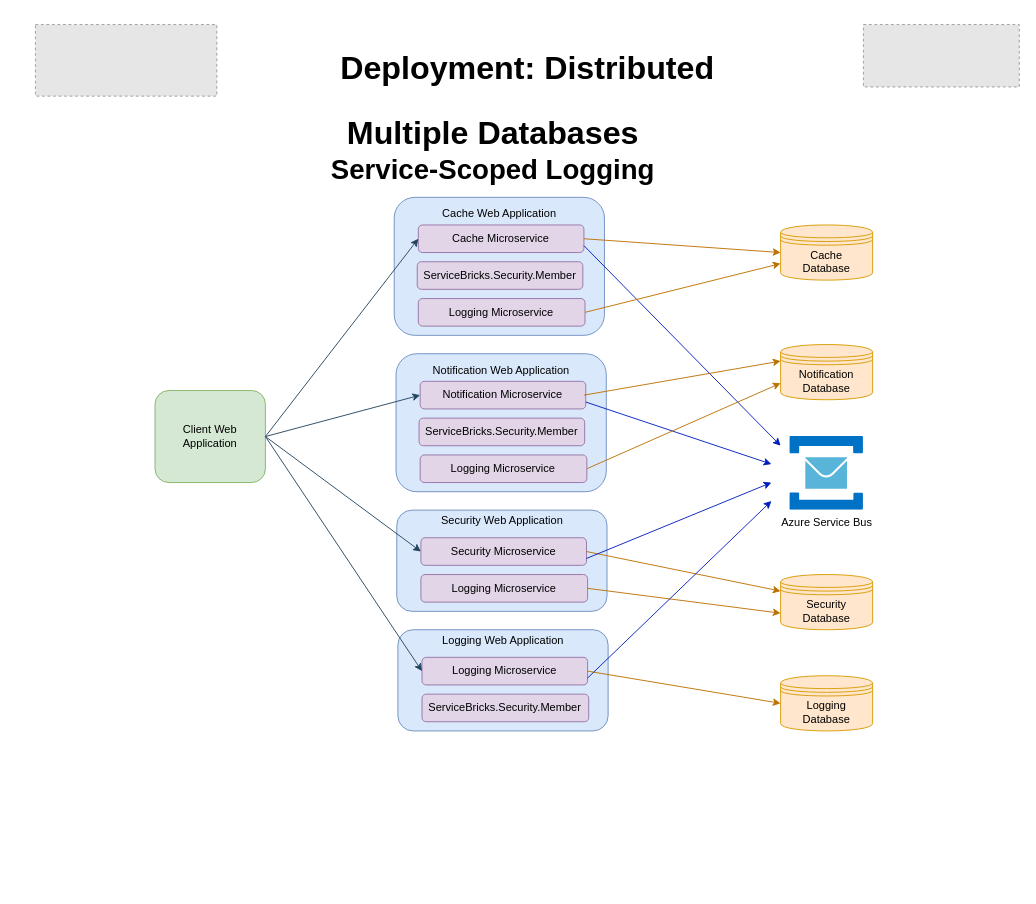
This is page "DistributedMultiple" (4 of 5) of Examples.drawio from holomodular/ServiceBricks-Examples, a draw.io file, before an edit. Source tidied: cells renumbered, new cells numbered last; positions are measured from the earlier drawing's top-left corner, leaving out a move shared by most shapes. Both pictures are drawn from the tidied source at 92%, with x=0, y=0 at pixel (35, 24). Pictures stored in the file or linked from it are replaced by grey dashed boxes.
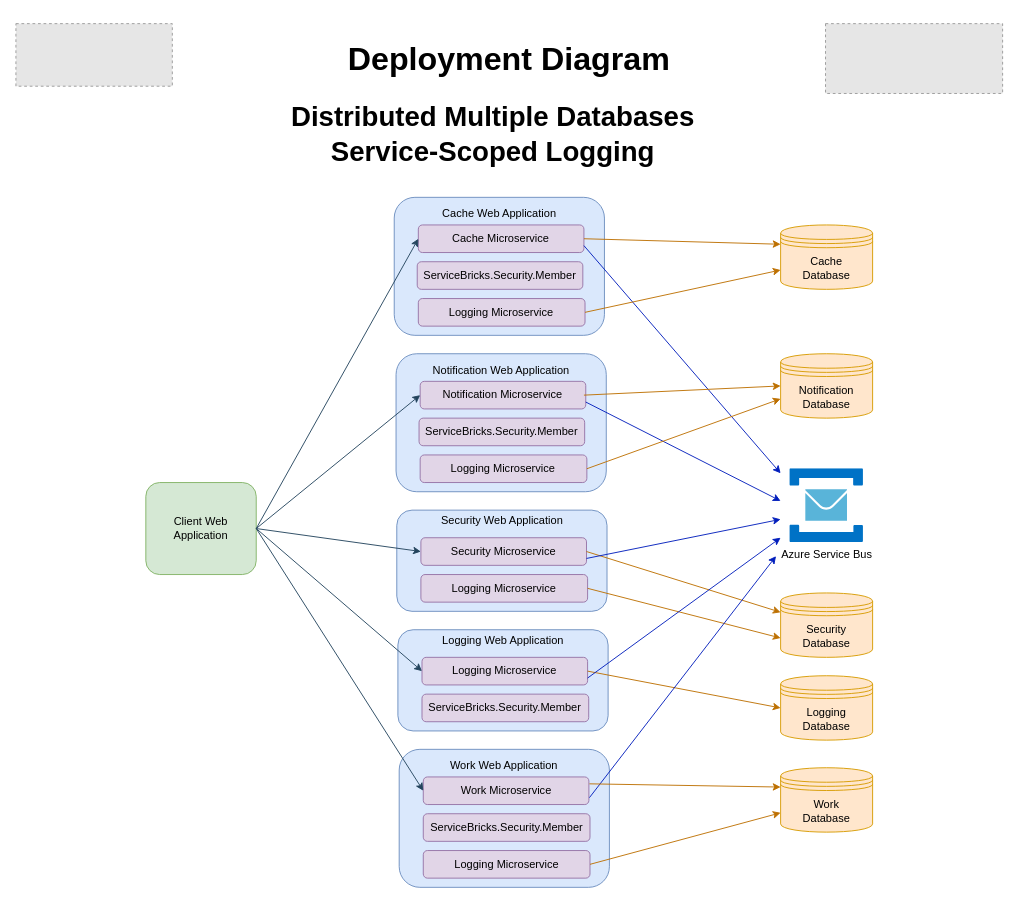
The same page after the edit.

Unchanged cells that the change refers to:
```xml
<mxCell id="7" value="Cache Microservice" style="rounded=1;whiteSpace=wrap;html=1;fillColor=#e1d5e7;strokeColor=#9673a6;" parent="1" vertex="1">
  <mxGeometry x="416.2" y="218" width="180" height="30" as="geometry" />
</mxCell>
<mxCell id="17" value="Notification Microservice" style="rounded=1;whiteSpace=wrap;html=1;fillColor=#e1d5e7;strokeColor=#9673a6;" parent="1" vertex="1">
  <mxGeometry x="418.2" y="388" width="180" height="30" as="geometry" />
</mxCell>
<mxCell id="24" value="Security Microservice" style="rounded=1;whiteSpace=wrap;html=1;fillColor=#e1d5e7;strokeColor=#9673a6;" parent="1" vertex="1">
  <mxGeometry x="419" y="558" width="180" height="30" as="geometry" />
</mxCell>
```

Diff of the diagram source:
```diff
@@
-    <mxCell id="2" style="fillColor=#E6E6E6;strokeColor=#999999;dashed=1;verticalLabelPosition=bottom;labelBackgroundColor=default;verticalAlign=top;" parent="1" vertex="1">
-      <mxGeometry x="900" y="0.2" width="169.4" height="67.8" as="geometry" />
-    </mxCell>
-    <mxCell id="3" style="fillColor=#E6E6E6;strokeColor=#999999;dashed=1;verticalLabelPosition=bottom;labelBackgroundColor=default;verticalAlign=top;" parent="1" vertex="1">
-      <mxGeometry y="0.2" width="197.2" height="77.8" as="geometry" />
-    </mxCell>
-    <mxCell id="4" value="Deployment:&amp;nbsp;&lt;span style=&quot;background-color: initial;&quot;&gt;Distributed&lt;/span&gt;" style="text;html=1;align=center;verticalAlign=middle;whiteSpace=wrap;rounded=0;fontStyle=1;fontSize=35;" parent="1" vertex="1">
-      <mxGeometry x="250" y="0.2" width="570" height="93.9" as="geometry" />
+    <mxCell id="4" value="Deployment Diagram" style="text;html=1;align=center;verticalAlign=middle;whiteSpace=wrap;rounded=0;fontStyle=1;fontSize=35;" parent="1" vertex="1">
+      <mxGeometry x="230" y="-9.8" width="570" height="93.9" as="geometry" />
     </mxCell>
+    <mxCell id="14" value="&lt;span style=&quot;font-size: 30px;&quot;&gt;Distributed Multiple Databases&lt;/span&gt;" style="text;html=1;align=center;verticalAlign=middle;whiteSpace=wrap;rounded=0;fontStyle=1;fontSize=35;" parent="1" vertex="1">
+      <mxGeometry x="230" y="78" width="535" height="40" as="geometry" />
+    </mxCell>
+    <mxCell id="40" value="Service-Scoped Logging" style="text;html=1;align=center;verticalAlign=middle;whiteSpace=wrap;rounded=0;fontStyle=1;fontSize=30;" parent="1" vertex="1">
+      <mxGeometry x="230" y="118" width="535" height="40" as="geometry" />
+    </mxCell>
     <mxCell id="5" value="Client Web Application" style="rounded=1;whiteSpace=wrap;html=1;fillColor=#d5e8d4;strokeColor=#82b366;" parent="1" vertex="1">
-      <mxGeometry x="130" y="398" width="120" height="100" as="geometry" />
+      <mxGeometry x="120" y="498" width="120" height="100" as="geometry" />
     </mxCell>
@@
+    <mxCell id="36" value="&lt;div&gt;Cache&lt;/div&gt;Database" style="shape=datastore;whiteSpace=wrap;html=1;fillColor=#ffe6cc;strokeColor=#d79b00;" parent="1" vertex="1">
+      <mxGeometry x="810" y="218" width="100" height="70" as="geometry" />
+    </mxCell>
@@
-    <mxCell id="9" style="endArrow=classic;html=1;rounded=0;exitX=1;exitY=0.5;exitDx=0;exitDy=0;entryX=0;entryY=0.5;entryDx=0;entryDy=0;fillColor=#f0a30a;strokeColor=#BD7000;" parent="1" edge="1" source="7" target="36">
+    <mxCell id="9" style="endArrow=classic;html=1;rounded=0;exitX=1;exitY=0.5;exitDx=0;exitDy=0;entryX=0;entryY=0.3;entryDx=0;entryDy=0;fillColor=#f0a30a;strokeColor=#BD7000;" parent="1" edge="1" source="7" target="36">
       <mxGeometry relative="1" as="geometry" />
     </mxCell>
-    <mxCell id="10" style="endArrow=classic;html=1;rounded=0;fillColor=#0050ef;strokeColor=#001DBC;exitX=1;exitY=0.75;exitDx=0;exitDy=0;" parent="1" edge="1" source="7">
-      <mxGeometry relative="1" as="geometry">
-        <mxPoint x="810" y="458" as="targetPoint" />
-      </mxGeometry>
-    </mxCell>
+    <mxCell id="42" style="endArrow=classic;html=1;rounded=0;fillColor=#0050ef;strokeColor=#001DBC;exitX=1;exitY=0.75;exitDx=0;exitDy=0;" parent="1" edge="1" source="7">
+      <mxGeometry relative="1" as="geometry">
+        <mxPoint x="810" y="488" as="targetPoint" />
+      </mxGeometry>
+    </mxCell>
     <mxCell id="11" value="Azure Service Bus" style="image;sketch=0;html=1;align=center;fontSize=12;image=img/lib/mscae/Service_Bus.svg;" parent="1" vertex="1">
-      <mxGeometry x="820" y="448" width="80" height="80" as="geometry" />
+      <mxGeometry x="820" y="483" width="80" height="80" as="geometry" />
     </mxCell>
-    <mxCell id="12" value="Logging Microservice" style="rounded=1;whiteSpace=wrap;html=1;fillColor=#e1d5e7;strokeColor=#9673a6;" parent="1" vertex="1">
-      <mxGeometry x="416.2" y="298" width="181.2" height="30" as="geometry" />
-    </mxCell>
-    <mxCell id="13" style="endArrow=classic;html=1;rounded=0;exitX=1;exitY=0.5;exitDx=0;exitDy=0;fillColor=#f0a30a;strokeColor=#BD7000;entryX=0;entryY=0.7;entryDx=0;entryDy=0;" parent="1" edge="1" source="12" target="36">
-      <mxGeometry relative="1" as="geometry" />
-    </mxCell>
-    <mxCell id="14" value="Multiple Databases" style="text;html=1;align=center;verticalAlign=middle;whiteSpace=wrap;rounded=0;fontStyle=1;fontSize=35;" parent="1" vertex="1">
-      <mxGeometry x="230" y="98" width="535" height="40" as="geometry" />
-    </mxCell>
-    <mxCell id="15" value="ServiceBricks.Security.Member" style="rounded=1;whiteSpace=wrap;html=1;fillColor=#e1d5e7;strokeColor=#9673a6;" parent="1" vertex="1">
-      <mxGeometry x="415" y="258" width="180" height="30" as="geometry" />
-    </mxCell>
+    <mxCell id="43" value="Logging Microservice" style="rounded=1;whiteSpace=wrap;html=1;fillColor=#e1d5e7;strokeColor=#9673a6;" parent="1" vertex="1">
+      <mxGeometry x="416.2" y="298" width="181.2" height="30" as="geometry" />
+    </mxCell>
+    <mxCell id="44" style="endArrow=classic;html=1;rounded=0;exitX=1;exitY=0.5;exitDx=0;exitDy=0;fillColor=#f0a30a;strokeColor=#BD7000;entryX=0;entryY=0.7;entryDx=0;entryDy=0;" parent="1" edge="1" source="43" target="36">
+      <mxGeometry relative="1" as="geometry" />
+    </mxCell>
+    <mxCell id="45" value="ServiceBricks.Security.Member" style="rounded=1;whiteSpace=wrap;html=1;fillColor=#e1d5e7;strokeColor=#9673a6;" parent="1" vertex="1">
+      <mxGeometry x="415" y="258" width="180" height="30" as="geometry" />
+    </mxCell>
@@
-    <mxCell id="18" value="Logging Microservice" style="rounded=1;whiteSpace=wrap;html=1;fillColor=#e1d5e7;strokeColor=#9673a6;" parent="1" vertex="1">
-      <mxGeometry x="418.2" y="468" width="181.2" height="30" as="geometry" />
-    </mxCell>
-    <mxCell id="19" value="ServiceBricks.Security.Member" style="rounded=1;whiteSpace=wrap;html=1;fillColor=#e1d5e7;strokeColor=#9673a6;" parent="1" vertex="1">
-      <mxGeometry x="417" y="428" width="180" height="30" as="geometry" />
-    </mxCell>
-    <mxCell id="20" style="endArrow=classic;html=1;rounded=0;exitX=1;exitY=0.5;exitDx=0;exitDy=0;fillColor=#f0a30a;strokeColor=#BD7000;entryX=0;entryY=0.3;entryDx=0;entryDy=0;" parent="1" edge="1" target="38">
-      <mxGeometry relative="1" as="geometry">
-        <mxPoint x="596.2" y="403" as="sourcePoint" />
-      </mxGeometry>
-    </mxCell>
-    <mxCell id="21" style="endArrow=classic;html=1;rounded=0;fillColor=#0050ef;strokeColor=#001DBC;exitX=1;exitY=0.75;exitDx=0;exitDy=0;" parent="1" edge="1" source="17">
-      <mxGeometry relative="1" as="geometry">
-        <mxPoint x="800" y="478" as="targetPoint" />
-      </mxGeometry>
-    </mxCell>
-    <mxCell id="22" style="endArrow=classic;html=1;rounded=0;exitX=1;exitY=0.5;exitDx=0;exitDy=0;entryX=0;entryY=0.7;entryDx=0;entryDy=0;fillColor=#f0a30a;strokeColor=#BD7000;" parent="1" edge="1" source="18" target="38">
-      <mxGeometry relative="1" as="geometry" />
-    </mxCell>
+    <mxCell id="46" value="Logging Microservice" style="rounded=1;whiteSpace=wrap;html=1;fillColor=#e1d5e7;strokeColor=#9673a6;" parent="1" vertex="1">
+      <mxGeometry x="418.2" y="468" width="181.2" height="30" as="geometry" />
+    </mxCell>
+    <mxCell id="47" value="ServiceBricks.Security.Member" style="rounded=1;whiteSpace=wrap;html=1;fillColor=#e1d5e7;strokeColor=#9673a6;" parent="1" vertex="1">
+      <mxGeometry x="417" y="428" width="180" height="30" as="geometry" />
+    </mxCell>
+    <mxCell id="48" style="endArrow=classic;html=1;rounded=0;exitX=1;exitY=0.5;exitDx=0;exitDy=0;fillColor=#f0a30a;strokeColor=#BD7000;entryX=0;entryY=0.5;entryDx=0;entryDy=0;" parent="1" edge="1" target="38">
+      <mxGeometry relative="1" as="geometry">
+        <mxPoint x="596.2" y="403" as="sourcePoint" />
+      </mxGeometry>
+    </mxCell>
+    <mxCell id="49" style="endArrow=classic;html=1;rounded=0;entryX=0;entryY=0.5;entryDx=0;entryDy=0;fillColor=#0050ef;strokeColor=#001DBC;exitX=1;exitY=0.75;exitDx=0;exitDy=0;" parent="1" edge="1" source="17">
+      <mxGeometry relative="1" as="geometry">
+        <mxPoint x="810" y="518" as="targetPoint" />
+      </mxGeometry>
+    </mxCell>
+    <mxCell id="50" style="endArrow=classic;html=1;rounded=0;exitX=1;exitY=0.5;exitDx=0;exitDy=0;entryX=0;entryY=0.7;entryDx=0;entryDy=0;fillColor=#f0a30a;strokeColor=#BD7000;" parent="1" edge="1" source="46" target="38">
+      <mxGeometry relative="1" as="geometry" />
+    </mxCell>
@@
-    <mxCell id="25" value="Logging Microservice" style="rounded=1;whiteSpace=wrap;html=1;fillColor=#e1d5e7;strokeColor=#9673a6;" parent="1" vertex="1">
-      <mxGeometry x="419" y="598" width="181.2" height="30" as="geometry" />
-    </mxCell>
+    <mxCell id="51" value="Logging Microservice" style="rounded=1;whiteSpace=wrap;html=1;fillColor=#e1d5e7;strokeColor=#9673a6;" parent="1" vertex="1">
+      <mxGeometry x="419" y="598" width="181.2" height="30" as="geometry" />
+    </mxCell>
@@
-    <mxCell id="27" style="endArrow=classic;html=1;rounded=0;exitX=1;exitY=0.75;exitDx=0;exitDy=0;fillColor=#0050ef;strokeColor=#001DBC;" parent="1" edge="1" source="24">
-      <mxGeometry relative="1" as="geometry">
-        <mxPoint x="800" y="498" as="targetPoint" />
-      </mxGeometry>
-    </mxCell>
-    <mxCell id="28" style="endArrow=classic;html=1;rounded=0;exitX=1;exitY=0.5;exitDx=0;exitDy=0;entryX=0;entryY=0.7;entryDx=0;entryDy=0;fillColor=#f0a30a;strokeColor=#BD7000;" parent="1" edge="1" source="25" target="39">
-      <mxGeometry relative="1" as="geometry" />
-    </mxCell>
+    <mxCell id="52" style="endArrow=classic;html=1;rounded=0;entryX=0;entryY=0.7;entryDx=0;entryDy=0;exitX=1;exitY=0.75;exitDx=0;exitDy=0;fillColor=#0050ef;strokeColor=#001DBC;" parent="1" edge="1" source="24">
+      <mxGeometry relative="1" as="geometry">
+        <mxPoint x="810" y="538" as="targetPoint" />
+      </mxGeometry>
+    </mxCell>
+    <mxCell id="53" style="endArrow=classic;html=1;rounded=0;exitX=1;exitY=0.5;exitDx=0;exitDy=0;entryX=0;entryY=0.7;entryDx=0;entryDy=0;fillColor=#f0a30a;strokeColor=#BD7000;" parent="1" edge="1" source="51" target="39">
+      <mxGeometry relative="1" as="geometry" />
+    </mxCell>
@@
-    <mxCell id="32" value="Logging Microservice" style="rounded=1;whiteSpace=wrap;html=1;fillColor=#e1d5e7;strokeColor=#9673a6;" parent="1" vertex="1">
-      <mxGeometry x="420.2" y="688" width="180" height="30" as="geometry" />
-    </mxCell>
-    <mxCell id="33" value="ServiceBricks.Security.Member" style="rounded=1;whiteSpace=wrap;html=1;fillColor=#e1d5e7;strokeColor=#9673a6;" parent="1" vertex="1">
-      <mxGeometry x="420.2" y="728" width="181.2" height="30" as="geometry" />
-    </mxCell>
-    <mxCell id="34" style="endArrow=classic;html=1;rounded=0;exitX=1;exitY=0.5;exitDx=0;exitDy=0;fillColor=#f0a30a;strokeColor=#BD7000;entryX=0;entryY=0.5;entryDx=0;entryDy=0;" parent="1" edge="1" source="32" target="37">
-      <mxGeometry relative="1" as="geometry" />
-    </mxCell>
-    <mxCell id="35" style="endArrow=classic;html=1;rounded=0;exitX=1;exitY=0.75;exitDx=0;exitDy=0;fillColor=#0050ef;strokeColor=#001DBC;" parent="1" edge="1" source="32">
-      <mxGeometry relative="1" as="geometry">
-        <mxPoint x="800" y="518" as="targetPoint" />
-      </mxGeometry>
-    </mxCell>
-    <mxCell id="36" value="&lt;div&gt;Cache&lt;/div&gt;Database" style="shape=datastore;whiteSpace=wrap;html=1;fillColor=#ffe6cc;strokeColor=#d79b00;" parent="1" vertex="1">
-      <mxGeometry x="810" y="218" width="100" height="60" as="geometry" />
-    </mxCell>
-    <mxCell id="37" value="&lt;div&gt;Logging&lt;/div&gt;Database" style="shape=datastore;whiteSpace=wrap;html=1;fillColor=#ffe6cc;strokeColor=#d79b00;" parent="1" vertex="1">
-      <mxGeometry x="810" y="708" width="100" height="60" as="geometry" />
-    </mxCell>
+    <mxCell id="54" value="Logging Microservice" style="rounded=1;whiteSpace=wrap;html=1;fillColor=#e1d5e7;strokeColor=#9673a6;" parent="1" vertex="1">
+      <mxGeometry x="420.2" y="688" width="180" height="30" as="geometry" />
+    </mxCell>
+    <mxCell id="55" value="ServiceBricks.Security.Member" style="rounded=1;whiteSpace=wrap;html=1;fillColor=#e1d5e7;strokeColor=#9673a6;" parent="1" vertex="1">
+      <mxGeometry x="420.2" y="728" width="181.2" height="30" as="geometry" />
+    </mxCell>
+    <mxCell id="56" style="endArrow=classic;html=1;rounded=0;exitX=1;exitY=0.5;exitDx=0;exitDy=0;fillColor=#f0a30a;strokeColor=#BD7000;entryX=0;entryY=0.5;entryDx=0;entryDy=0;" parent="1" edge="1" source="54" target="37">
+      <mxGeometry relative="1" as="geometry" />
+    </mxCell>
+    <mxCell id="57" style="endArrow=classic;html=1;rounded=0;exitX=1;exitY=0.75;exitDx=0;exitDy=0;fillColor=#0050ef;strokeColor=#001DBC;" parent="1" edge="1" source="54">
+      <mxGeometry relative="1" as="geometry">
+        <mxPoint x="810" y="558" as="targetPoint" />
+      </mxGeometry>
+    </mxCell>
+    <mxCell id="58" style="endArrow=classic;html=1;rounded=0;exitX=1;exitY=0.5;exitDx=0;exitDy=0;entryX=0;entryY=0.5;entryDx=0;entryDy=0;fillColor=#bac8d3;strokeColor=#23445d;" parent="1" edge="1" source="5" target="54">
+      <mxGeometry relative="1" as="geometry" />
+    </mxCell>
     <mxCell id="38" value="&lt;div&gt;Notification&lt;/div&gt;Database" style="shape=datastore;whiteSpace=wrap;html=1;fillColor=#ffe6cc;strokeColor=#d79b00;" parent="1" vertex="1">
-      <mxGeometry x="810" y="348" width="100" height="60" as="geometry" />
+      <mxGeometry x="810" y="358" width="100" height="70" as="geometry" />
     </mxCell>
     <mxCell id="39" value="&lt;div&gt;Security&lt;/div&gt;Database" style="shape=datastore;whiteSpace=wrap;html=1;fillColor=#ffe6cc;strokeColor=#d79b00;" parent="1" vertex="1">
-      <mxGeometry x="810" y="598" width="100" height="60" as="geometry" />
+      <mxGeometry x="810" y="618" width="100" height="70" as="geometry" />
     </mxCell>
-    <mxCell id="40" value="Service-Scoped Logging" style="text;html=1;align=center;verticalAlign=middle;whiteSpace=wrap;rounded=0;fontStyle=1;fontSize=30;" parent="1" vertex="1">
-      <mxGeometry x="230" y="138" width="535" height="40" as="geometry" />
-    </mxCell>
-    <mxCell id="41" style="endArrow=classic;html=1;rounded=0;exitX=1;exitY=0.5;exitDx=0;exitDy=0;entryX=0;entryY=0.5;entryDx=0;entryDy=0;fillColor=#bac8d3;strokeColor=#23445d;" parent="1" edge="1" source="5" target="32">
-      <mxGeometry relative="1" as="geometry" />
-    </mxCell>
+    <mxCell id="37" value="&lt;div&gt;Logging&lt;/div&gt;Database" style="shape=datastore;whiteSpace=wrap;html=1;fillColor=#ffe6cc;strokeColor=#d79b00;" parent="1" vertex="1">
+      <mxGeometry x="810" y="708" width="100" height="70" as="geometry" />
+    </mxCell>
+    <mxCell id="59" value="&lt;div&gt;&lt;span style=&quot;background-color: transparent; color: light-dark(rgb(0, 0, 0), rgb(255, 255, 255));&quot;&gt;Work&lt;/span&gt;&lt;/div&gt;&lt;div&gt;&lt;span style=&quot;background-color: transparent; color: light-dark(rgb(0, 0, 0), rgb(255, 255, 255));&quot;&gt;Database&lt;/span&gt;&lt;/div&gt;" style="shape=datastore;whiteSpace=wrap;html=1;fillColor=#ffe6cc;strokeColor=#d79b00;" parent="1" vertex="1">
+      <mxGeometry x="810" y="808" width="100" height="70" as="geometry" />
+    </mxCell>
+    <mxCell id="60" value="Work Web Application&lt;div&gt;&lt;br&gt;&lt;/div&gt;&lt;div&gt;&lt;br&gt;&lt;div&gt;&lt;br&gt;&lt;/div&gt;&lt;div&gt;&lt;br&gt;&lt;/div&gt;&lt;div&gt;&lt;br&gt;&lt;/div&gt;&lt;/div&gt;&lt;div&gt;&lt;br&gt;&lt;/div&gt;&lt;div&gt;&lt;br&gt;&lt;/div&gt;&lt;div&gt;&lt;br&gt;&lt;/div&gt;" style="rounded=1;whiteSpace=wrap;html=1;fillColor=#dae8fc;strokeColor=#6c8ebf;" parent="1" vertex="1">
+      <mxGeometry x="395.4" y="788" width="228.5" height="150" as="geometry" />
+    </mxCell>
+    <mxCell id="61" value="Work Microservice" style="rounded=1;whiteSpace=wrap;html=1;fillColor=#e1d5e7;strokeColor=#9673a6;" parent="1" vertex="1">
+      <mxGeometry x="421.6" y="818" width="180" height="30" as="geometry" />
+    </mxCell>
+    <mxCell id="62" value="ServiceBricks.Security.Member" style="rounded=1;whiteSpace=wrap;html=1;fillColor=#e1d5e7;strokeColor=#9673a6;" parent="1" vertex="1">
+      <mxGeometry x="421.6" y="858" width="181.2" height="30" as="geometry" />
+    </mxCell>
+    <mxCell id="63" value="Logging Microservice" style="rounded=1;whiteSpace=wrap;html=1;fillColor=#e1d5e7;strokeColor=#9673a6;" parent="1" vertex="1">
+      <mxGeometry x="421.6" y="898" width="181.2" height="30" as="geometry" />
+    </mxCell>
+    <mxCell id="64" style="endArrow=classic;html=1;rounded=0;exitX=1;exitY=0.5;exitDx=0;exitDy=0;entryX=0;entryY=0.5;entryDx=0;entryDy=0;fillColor=#bac8d3;strokeColor=#23445d;" parent="1" edge="1" source="5" target="61">
+      <mxGeometry relative="1" as="geometry" />
+    </mxCell>
+    <mxCell id="65" style="endArrow=classic;html=1;rounded=0;exitX=1;exitY=0.75;exitDx=0;exitDy=0;fillColor=#0050ef;strokeColor=#001DBC;" parent="1" edge="1">
+      <mxGeometry relative="1" as="geometry">
+        <mxPoint x="602.2" y="840.5" as="sourcePoint" />
+        <mxPoint x="805" y="578" as="targetPoint" />
+      </mxGeometry>
+    </mxCell>
+    <mxCell id="66" style="endArrow=classic;html=1;rounded=0;exitX=1;exitY=0.25;exitDx=0;exitDy=0;fillColor=#f0a30a;strokeColor=#BD7000;entryX=0;entryY=0.3;entryDx=0;entryDy=0;" parent="1" edge="1" target="59">
+      <mxGeometry relative="1" as="geometry">
+        <mxPoint x="602.2" y="825.5" as="sourcePoint" />
+      </mxGeometry>
+    </mxCell>
+    <mxCell id="67" style="endArrow=classic;html=1;rounded=0;exitX=1;exitY=0.5;exitDx=0;exitDy=0;fillColor=#f0a30a;strokeColor=#BD7000;entryX=0;entryY=0.7;entryDx=0;entryDy=0;" parent="1" edge="1" source="63" target="59">
+      <mxGeometry relative="1" as="geometry" />
+    </mxCell>
+    <mxCell id="68" style="fillColor=#E6E6E6;strokeColor=#999999;dashed=1;verticalLabelPosition=bottom;labelBackgroundColor=default;verticalAlign=top;" parent="1" vertex="1">
+      <mxGeometry x="858.8" y="-0.8" width="192.5" height="75.9" as="geometry" />
+    </mxCell>
+    <mxCell id="69" style="fillColor=#E6E6E6;strokeColor=#999999;dashed=1;verticalLabelPosition=bottom;labelBackgroundColor=default;verticalAlign=top;" parent="1" vertex="1">
+      <mxGeometry x="-21.2" y="-0.8" width="170" height="68" as="geometry" />
+    </mxCell>
```
